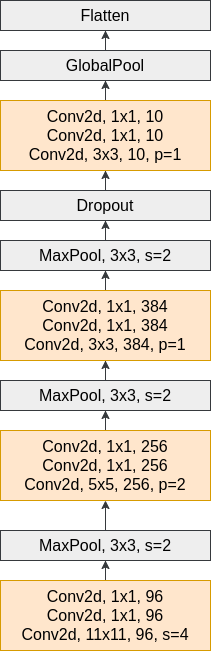
This is NiN.png from garrisonz/reproduce, a draw.io export, as it was before one commit. Source tidied: cells renumbered, new cells last; positions are measured from the earlier drawing's top-left corner, leaving out a move shared by most shapes. The source it was exported from:
```xml
<mxGraphModel>
  <root>
    <mxCell id="0" />
    <mxCell id="1" parent="0" />
    <mxCell id="2" style="edgeStyle=orthogonalEdgeStyle;rounded=0;jettySize=auto;html=1;fontSize=16;fillColor=#eeeeee;strokeColor=#36393d;" parent="1" edge="1" source="3" target="7">
      <mxGeometry relative="1" as="geometry" />
    </mxCell>
    <mxCell id="3" value="Conv2d, 1x1, 96&lt;br&gt;Conv2d, 1x1, 96&lt;br&gt;Conv2d, 11x11, 96, s=4" style="rounded=0;whiteSpace=wrap;html=1;fontSize=16;fillColor=#ffe6cc;strokeColor=#d79b00;" parent="1" vertex="1">
      <mxGeometry y="580" width="210" height="70" as="geometry" />
    </mxCell>
    <mxCell id="4" style="edgeStyle=orthogonalEdgeStyle;rounded=0;jettySize=auto;html=1;fontSize=16;fillColor=#eeeeee;strokeColor=#36393d;" parent="1" edge="1" source="5" target="9">
      <mxGeometry relative="1" as="geometry" />
    </mxCell>
    <mxCell id="5" value="Conv2d, 1x1, 256&lt;br&gt;Conv2d, 1x1, 256&lt;br&gt;Conv2d, 5x5, 256, p=2" style="rounded=0;whiteSpace=wrap;html=1;fontSize=16;fillColor=#ffe6cc;strokeColor=#d79b00;" parent="1" vertex="1">
      <mxGeometry y="430" width="210" height="70" as="geometry" />
    </mxCell>
    <mxCell id="6" style="edgeStyle=orthogonalEdgeStyle;rounded=0;jettySize=auto;html=1;fontSize=16;fillColor=#eeeeee;strokeColor=#36393d;" parent="1" edge="1" source="7" target="5">
      <mxGeometry relative="1" as="geometry" />
    </mxCell>
    <mxCell id="7" value="MaxPool, 3x3, s=2" style="rounded=0;whiteSpace=wrap;html=1;fontSize=16;fillColor=#eeeeee;strokeColor=#36393d;" parent="1" vertex="1">
      <mxGeometry y="530" width="210" height="30" as="geometry" />
    </mxCell>
    <mxCell id="8" style="edgeStyle=orthogonalEdgeStyle;rounded=0;jettySize=auto;html=1;fontSize=16;fillColor=#eeeeee;strokeColor=#36393d;" parent="1" edge="1" source="9" target="11">
      <mxGeometry relative="1" as="geometry" />
    </mxCell>
    <mxCell id="9" value="MaxPool, 3x3, s=2" style="rounded=0;whiteSpace=wrap;html=1;fontSize=16;fillColor=#eeeeee;strokeColor=#36393d;" parent="1" vertex="1">
      <mxGeometry y="380" width="210" height="30" as="geometry" />
    </mxCell>
    <mxCell id="10" style="edgeStyle=orthogonalEdgeStyle;rounded=0;jettySize=auto;html=1;fontSize=16;fillColor=#eeeeee;strokeColor=#36393d;" parent="1" edge="1" source="11" target="13">
      <mxGeometry relative="1" as="geometry" />
    </mxCell>
    <mxCell id="11" value="Conv2d, 1x1, 384&lt;br&gt;Conv2d, 1x1, 384&lt;br&gt;Conv2d, 3x3, 384, p=1" style="rounded=0;whiteSpace=wrap;html=1;fontSize=16;fillColor=#ffe6cc;strokeColor=#d79b00;" parent="1" vertex="1">
      <mxGeometry y="290" width="210" height="70" as="geometry" />
    </mxCell>
    <mxCell id="12" style="edgeStyle=orthogonalEdgeStyle;rounded=0;jettySize=auto;html=1;fontSize=16;fillColor=#eeeeee;strokeColor=#36393d;" parent="1" edge="1" source="13" target="15">
      <mxGeometry relative="1" as="geometry" />
    </mxCell>
    <mxCell id="13" value="MaxPool, 3x3, s=2" style="rounded=0;whiteSpace=wrap;html=1;fontSize=16;fillColor=#eeeeee;strokeColor=#36393d;" parent="1" vertex="1">
      <mxGeometry y="240" width="210" height="30" as="geometry" />
    </mxCell>
    <mxCell id="14" style="edgeStyle=orthogonalEdgeStyle;rounded=0;jettySize=auto;html=1;fontSize=16;fillColor=#eeeeee;strokeColor=#36393d;" parent="1" edge="1" source="15" target="17">
      <mxGeometry relative="1" as="geometry" />
    </mxCell>
    <mxCell id="15" value="Dropout" style="rounded=0;whiteSpace=wrap;html=1;fontSize=16;fillColor=#eeeeee;strokeColor=#36393d;" parent="1" vertex="1">
      <mxGeometry y="190" width="210" height="30" as="geometry" />
    </mxCell>
    <mxCell id="16" style="edgeStyle=orthogonalEdgeStyle;rounded=0;jettySize=auto;html=1;fontSize=16;fillColor=#eeeeee;strokeColor=#36393d;" parent="1" edge="1" source="17" target="19">
      <mxGeometry relative="1" as="geometry" />
    </mxCell>
    <mxCell id="17" value="Conv2d, 1x1, 10&lt;br&gt;Conv2d, 1x1, 10&lt;br&gt;Conv2d, 3x3, 10, p=1" style="rounded=0;whiteSpace=wrap;html=1;fontSize=16;fillColor=#ffe6cc;strokeColor=#d79b00;" parent="1" vertex="1">
      <mxGeometry y="100" width="210" height="70" as="geometry" />
    </mxCell>
    <mxCell id="18" style="edgeStyle=orthogonalEdgeStyle;rounded=0;jettySize=auto;html=1;fontSize=16;fillColor=#eeeeee;strokeColor=#36393d;" parent="1" edge="1" source="19" target="20">
      <mxGeometry relative="1" as="geometry" />
    </mxCell>
    <mxCell id="19" value="GlobalPool" style="rounded=0;whiteSpace=wrap;html=1;fontSize=16;fillColor=#eeeeee;strokeColor=#36393d;" parent="1" vertex="1">
      <mxGeometry y="50" width="210" height="30" as="geometry" />
    </mxCell>
    <mxCell id="20" value="Flatten" style="rounded=0;whiteSpace=wrap;html=1;fontSize=16;fillColor=#eeeeee;strokeColor=#36393d;" parent="1" vertex="1">
      <mxGeometry width="210" height="30" as="geometry" />
    </mxCell>
  </root>
</mxGraphModel>
```
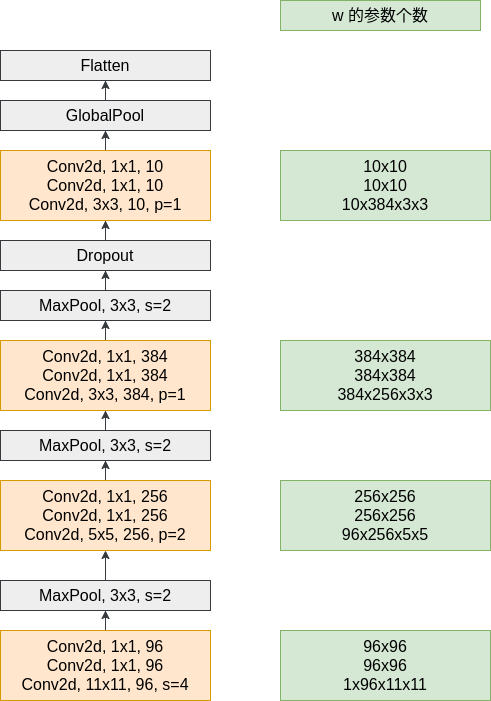
The same diagram one commit later.

Change to the diagram source:
```diff
@@ -59,5 +59,20 @@
     <mxCell id="20" value="Flatten" style="rounded=0;whiteSpace=wrap;html=1;fontSize=16;fillColor=#eeeeee;strokeColor=#36393d;" parent="1" vertex="1">
       <mxGeometry width="210" height="30" as="geometry" />
     </mxCell>
+    <mxCell id="21" value="96x96&lt;br&gt;96x96&lt;br&gt;1x96x11x11" style="rounded=0;whiteSpace=wrap;html=1;fontSize=16;fillColor=#d5e8d4;strokeColor=#82b366;" parent="1" vertex="1">
+      <mxGeometry x="280" y="580" width="210" height="70" as="geometry" />
+    </mxCell>
+    <mxCell id="22" value="256x256&lt;br&gt;256x256&lt;br&gt;96x256x5x5" style="rounded=0;whiteSpace=wrap;html=1;fontSize=16;fillColor=#d5e8d4;strokeColor=#82b366;" parent="1" vertex="1">
+      <mxGeometry x="280" y="430" width="210" height="70" as="geometry" />
+    </mxCell>
+    <mxCell id="23" value="384x384&lt;br&gt;384x384&lt;br&gt;384x256x3x3" style="rounded=0;whiteSpace=wrap;html=1;fontSize=16;fillColor=#d5e8d4;strokeColor=#82b366;" parent="1" vertex="1">
+      <mxGeometry x="280" y="290" width="210" height="70" as="geometry" />
+    </mxCell>
+    <mxCell id="24" value="10x10&lt;br&gt;10x10&lt;br&gt;10x384x3x3" style="rounded=0;whiteSpace=wrap;html=1;fontSize=16;fillColor=#d5e8d4;strokeColor=#82b366;" parent="1" vertex="1">
+      <mxGeometry x="280" y="100" width="210" height="70" as="geometry" />
+    </mxCell>
+    <mxCell id="25" value="w 的参数个数" style="rounded=0;whiteSpace=wrap;html=1;fontSize=16;fillColor=#d5e8d4;strokeColor=#82b366;" parent="1" vertex="1">
+      <mxGeometry x="280" y="-50" width="200" height="30" as="geometry" />
+    </mxCell>
   </root>
 </mxGraphModel>
```
